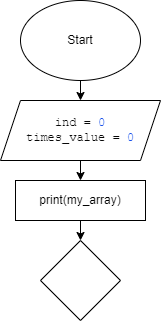
Before: block_kononova.drawio.png, a diagram exported from draw.io (kononovaele/homeTask_1). Source tidied: cells renumbered, new cells last; positions are measured from the earlier drawing's top-left corner, leaving out a move shared by most shapes.
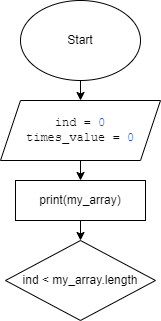
The same diagram one commit later.

Commit message:
Add text in print result

The edit, as a diff of the source:
```diff
@@ -19,8 +19,8 @@
     <mxCell id="6" style="endArrow=classic;html=1;entryX=0.5;entryY=0;entryDx=0;entryDy=0;exitX=0.5;exitY=1;exitDx=0;exitDy=0;" parent="1" edge="1" source="3" target="5">
       <mxGeometry relative="1" as="geometry" />
     </mxCell>
-    <mxCell id="7" style="rhombus;whiteSpace=wrap;html=1;" parent="1" vertex="1">
-      <mxGeometry x="40" y="240" width="80" height="80" as="geometry" />
+    <mxCell id="7" value="ind &amp;lt; my_array.length" style="rhombus;whiteSpace=wrap;html=1;" parent="1" vertex="1">
+      <mxGeometry x="5" y="240" width="150" height="80" as="geometry" />
     </mxCell>
     <mxCell id="8" style="endArrow=classic;html=1;entryX=0.5;entryY=0;entryDx=0;entryDy=0;exitX=0.5;exitY=1;exitDx=0;exitDy=0;" parent="1" edge="1" source="5" target="7">
       <mxGeometry relative="1" as="geometry" />
```
